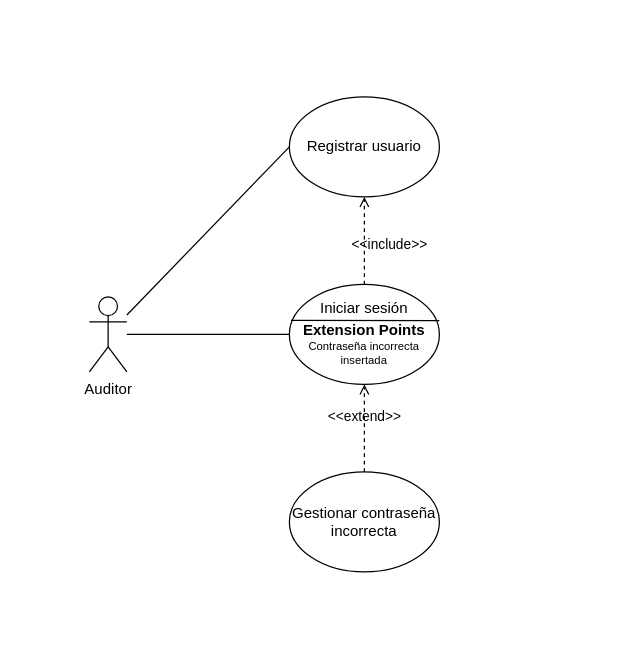
Carrivax/diagrams keeps this draw.io diagram as page "Gestión de usuarios" (1 of 3) of useCases.drawio. Above is the earlier version. Source tidied: cells renumbered, new cells numbered last; positions are measured from the earlier drawing's top-left corner, leaving out a move shared by most shapes. Both pictures are drawn from the tidied source at 125%, with x=0, y=0 at pixel (89, 96).
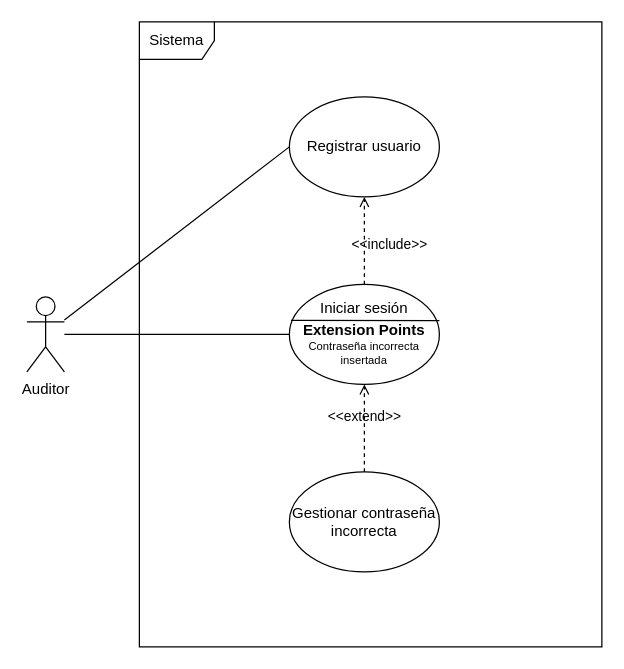
The same diagram, later.

Change to the diagram source:
```diff
@@
 <mxGraphModel>
   <root>
     <mxCell id="0" />
     <mxCell id="1" parent="0" />
     <mxCell id="2" value="&lt;div&gt;Auditor&lt;/div&gt;&lt;div&gt;&lt;br&gt;&lt;/div&gt;" style="shape=umlActor;verticalLabelPosition=bottom;verticalAlign=top;html=1;outlineConnect=0;" parent="1" vertex="1">
-      <mxGeometry y="160" width="30" height="60" as="geometry" />
+      <mxGeometry x="-50" y="160" width="30" height="60" as="geometry" />
     </mxCell>
     <mxCell id="3" style="group;" parent="1" vertex="1">
       <mxGeometry x="160" y="150" width="120" height="80" as="geometry" />
     </mxCell>
     <mxCell id="4" value="&lt;div&gt;Iniciar sesión&lt;/div&gt;&lt;div&gt;&lt;br&gt;&lt;/div&gt;&lt;div&gt;&lt;br&gt;&lt;/div&gt;&lt;div&gt;&lt;br&gt;&lt;/div&gt;" style="ellipse;whiteSpace=wrap;html=1;" parent="3" vertex="1">
       <mxGeometry width="120" height="80" as="geometry" />
     </mxCell>
     <mxCell id="5" style="endArrow=none;html=1;exitX=0.011;exitY=0.348;exitDx=0;exitDy=0;exitPerimeter=0;" parent="3" edge="1">
       <mxGeometry relative="1" as="geometry">
         <mxPoint x="1.3" y="28.8" as="sourcePoint" />
         <mxPoint x="120" y="29" as="targetPoint" />
       </mxGeometry>
     </mxCell>
     <mxCell id="6" value="&lt;div&gt;&lt;b&gt;Extension Points&lt;/b&gt;&lt;/div&gt;&lt;div style=&quot;font-size: 9px&quot;&gt;Contraseña incorrecta insertada&lt;b&gt;&lt;br&gt;&lt;/b&gt;&lt;/div&gt;&lt;div&gt;&lt;b&gt;&lt;br&gt;&lt;/b&gt;&lt;/div&gt;" style="text;html=1;strokeColor=none;fillColor=none;align=center;verticalAlign=middle;whiteSpace=wrap;rounded=0;" parent="3" vertex="1">
       <mxGeometry x="10" y="30" width="100" height="50" as="geometry" />
     </mxCell>
     <mxCell id="7" value="Gestionar contraseña incorrecta" style="ellipse;whiteSpace=wrap;html=1;" parent="1" vertex="1">
       <mxGeometry x="160" y="300" width="120" height="80" as="geometry" />
     </mxCell>
     <mxCell id="8" value="&amp;lt;&amp;lt;extend&amp;gt;&amp;gt;" style="html=1;verticalAlign=bottom;labelBackgroundColor=none;endArrow=open;endFill=0;dashed=1;entryX=0.5;entryY=1;entryDx=0;entryDy=0;" parent="1" edge="1" source="7" target="6">
       <mxGeometry relative="1" as="geometry" />
     </mxCell>
     <mxCell id="9" style="endArrow=none;html=1;entryX=0;entryY=0.5;entryDx=0;entryDy=0;" parent="1" edge="1" source="2" target="4">
       <mxGeometry relative="1" as="geometry" />
     </mxCell>
     <mxCell id="10" value="Registrar usuario" style="ellipse;whiteSpace=wrap;html=1;" parent="1" vertex="1">
       <mxGeometry x="160" width="120" height="80" as="geometry" />
     </mxCell>
     <mxCell id="11" style="endArrow=none;html=1;entryX=0;entryY=0.5;entryDx=0;entryDy=0;" parent="1" edge="1" source="2" target="10">
       <mxGeometry relative="1" as="geometry" />
     </mxCell>
     <mxCell id="12" value="&amp;lt;&amp;lt;include&amp;gt;&amp;gt;" style="html=1;verticalAlign=bottom;labelBackgroundColor=none;endArrow=open;endFill=0;dashed=1;entryX=0.5;entryY=1;entryDx=0;entryDy=0;" parent="1" edge="1" source="4" target="10">
       <mxGeometry x="-0.33" y="-20" relative="1" as="geometry" />
     </mxCell>
+    <mxCell id="13" value="Sistema" style="shape=umlFrame;whiteSpace=wrap;html=1;" parent="1" vertex="1">
+      <mxGeometry x="40" y="-60" width="370" height="500" as="geometry" />
+    </mxCell>
   </root>
 </mxGraphModel>
```
